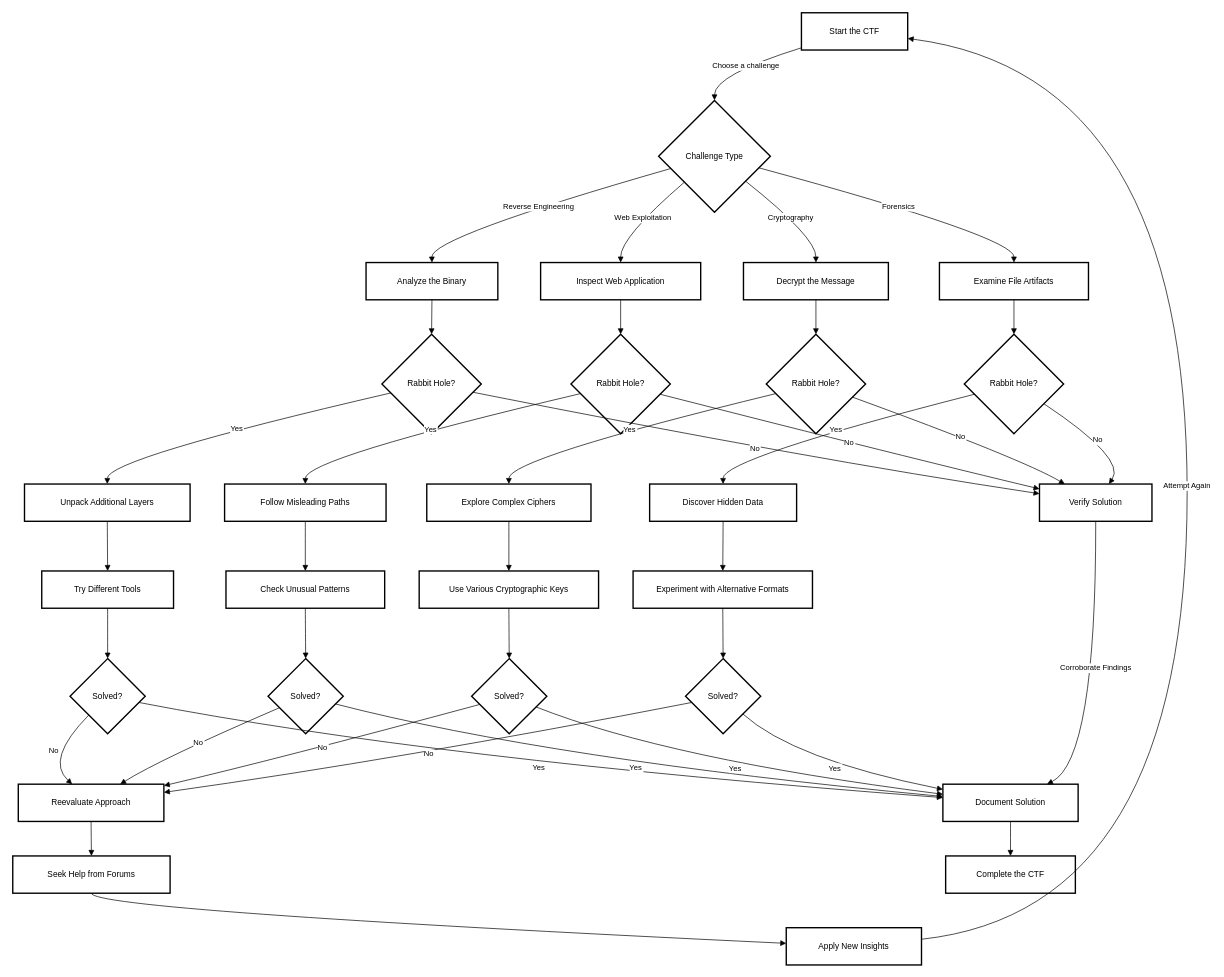
Before: Ctf.drawio in utkarshcse2026/SWE-Lab-Sem6-, a draw.io diagram. Source tidied: cells renumbered, new cells numbered last; positions are measured from the earlier drawing's top-left corner, leaving out a move shared by most shapes. Both pictures are drawn from the tidied source at 69%, with x=0, y=0 at pixel (12, 12).
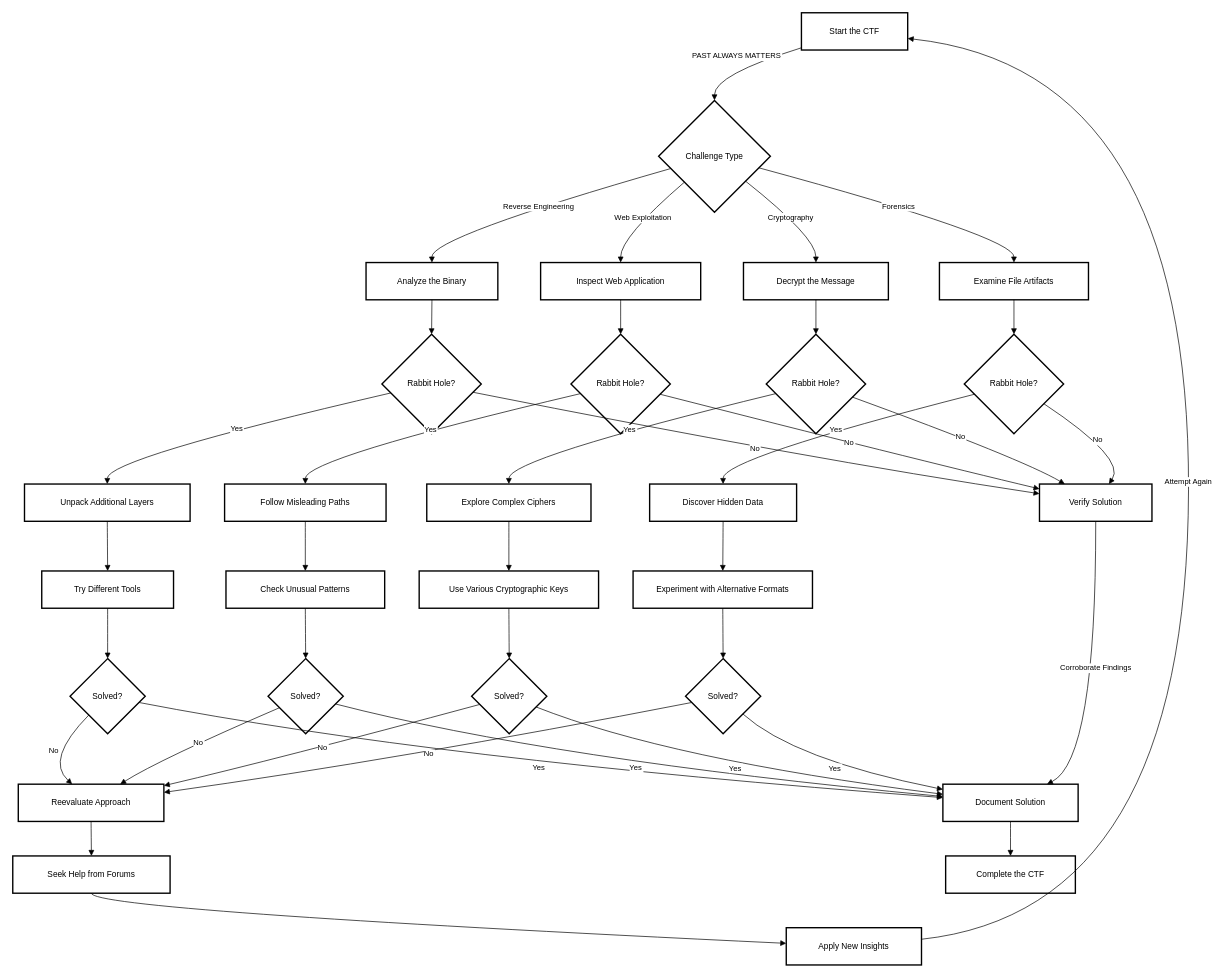
The same diagram, later.

Unchanged cells that the change refers to:
```xml
<mxCell id="2" value="Start the CTF" style="whiteSpace=wrap;strokeWidth=2;" parent="1" vertex="1">
  <mxGeometry x="1143" width="154" height="54" as="geometry" />
</mxCell>
<mxCell id="3" value="Challenge Type" style="rhombus;strokeWidth=2;whiteSpace=wrap;" parent="1" vertex="1">
  <mxGeometry x="936" y="127" width="162" height="162" as="geometry" />
</mxCell>
<mxCell id="28" value="Apply New Insights" style="whiteSpace=wrap;strokeWidth=2;" parent="1" vertex="1">
  <mxGeometry x="1121" y="1326" width="196" height="54" as="geometry" />
</mxCell>
```

Change to the diagram source:
```diff
@@
-    <mxCell id="30" value="Choose a challenge" style="curved=1;startArrow=none;endArrow=block;exitX=0;exitY=0.94;entryX=0.5;entryY=0;" parent="1" edge="1" source="2" target="3">
-      <mxGeometry relative="1" as="geometry">
+    <mxCell id="30" value="PAST ALWAYS MATTERS" style="curved=1;startArrow=none;endArrow=block;exitX=0;exitY=0.94;entryX=0.5;entryY=0;" parent="1" edge="1" source="2" target="3">
+      <mxGeometry x="0.1" y="-17" relative="1" as="geometry">
         <Array as="points">
           <mxPoint x="1017" y="90" />
         </Array>
       </mxGeometry>
     </mxCell>
@@
     <mxCell id="65" value="Attempt Again" style="curved=1;startArrow=none;endArrow=block;exitX=1;exitY=0.31;entryX=1;entryY=0.69;" parent="1" edge="1" source="28" target="2">
       <mxGeometry relative="1" as="geometry">
         <Array as="points">
           <mxPoint x="1702" y="1301" />
-          <mxPoint x="1702" y="90" />
+          <mxPoint x="1706" y="82" />
         </Array>
       </mxGeometry>
     </mxCell>
```
